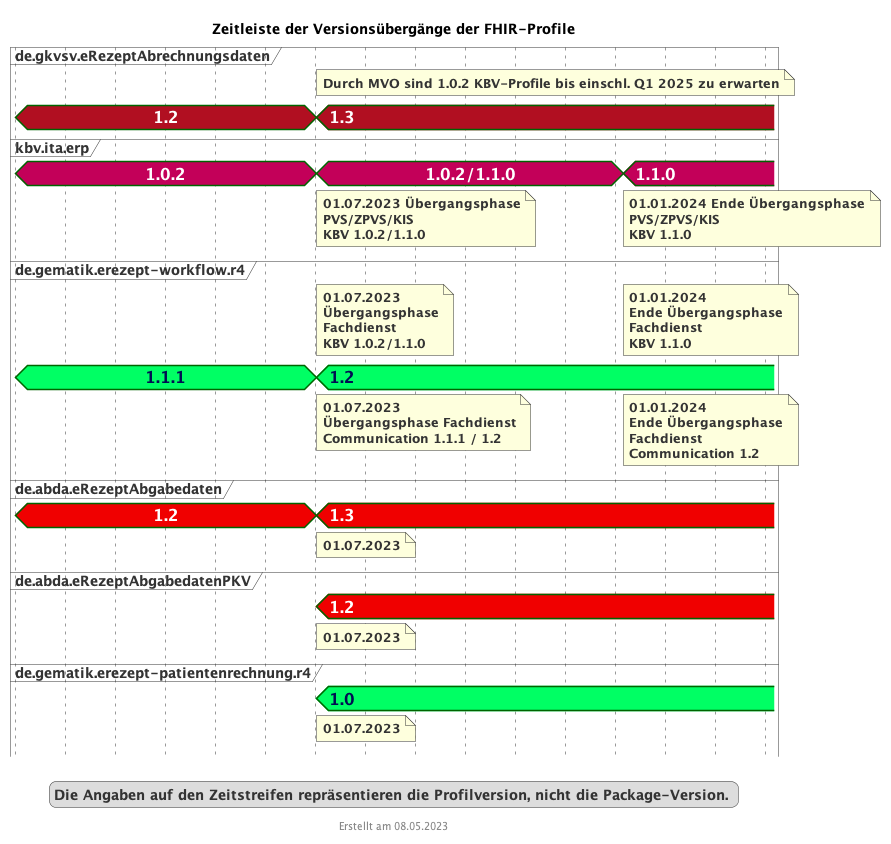
Earlier version of the PlantUML export images/puml_fhir_version_timeline.png (gematik/api-erp).
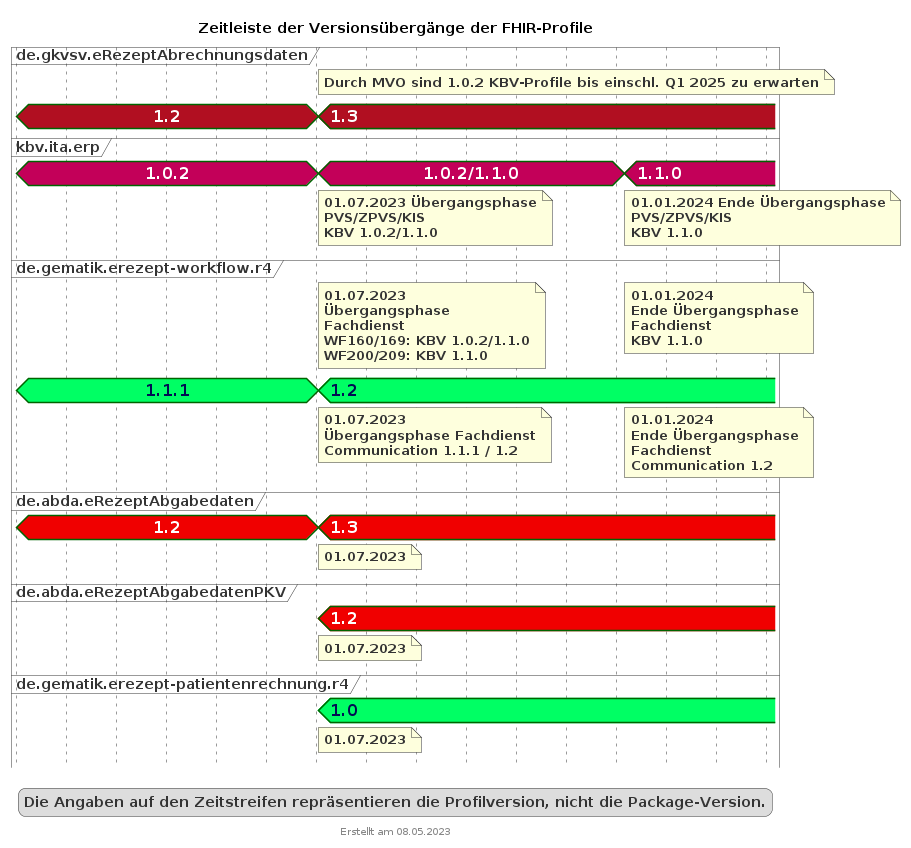
The same file after the commit.

Commit message:
update for wf 200 transition time

Diff of the diagram source:
```diff
@@ -51,7 +51,7 @@
 @2023/07/01
 note bottom of KBV : 01.07.2023 Übergangsphase\nPVS/ZPVS/KIS\nKBV 1.0.2/1.1.0
 note bottom of PKV : 01.07.2023
-note top of gematik : 01.07.2023\nÜbergangsphase\nFachdienst\nKBV 1.0.2/1.1.0
+note top of gematik : 01.07.2023\nÜbergangsphase\nFachdienst\nWF160/169: KBV 1.0.2/1.1.0\nWF200/209: KBV 1.1.0
 note bottom of gematik : 01.07.2023\nÜbergangsphase Fachdienst\nCommunication 1.1.1 / 1.2
 note bottom of gematikpkv : 01.07.2023
 note bottom of DAV : 01.07.2023
```
